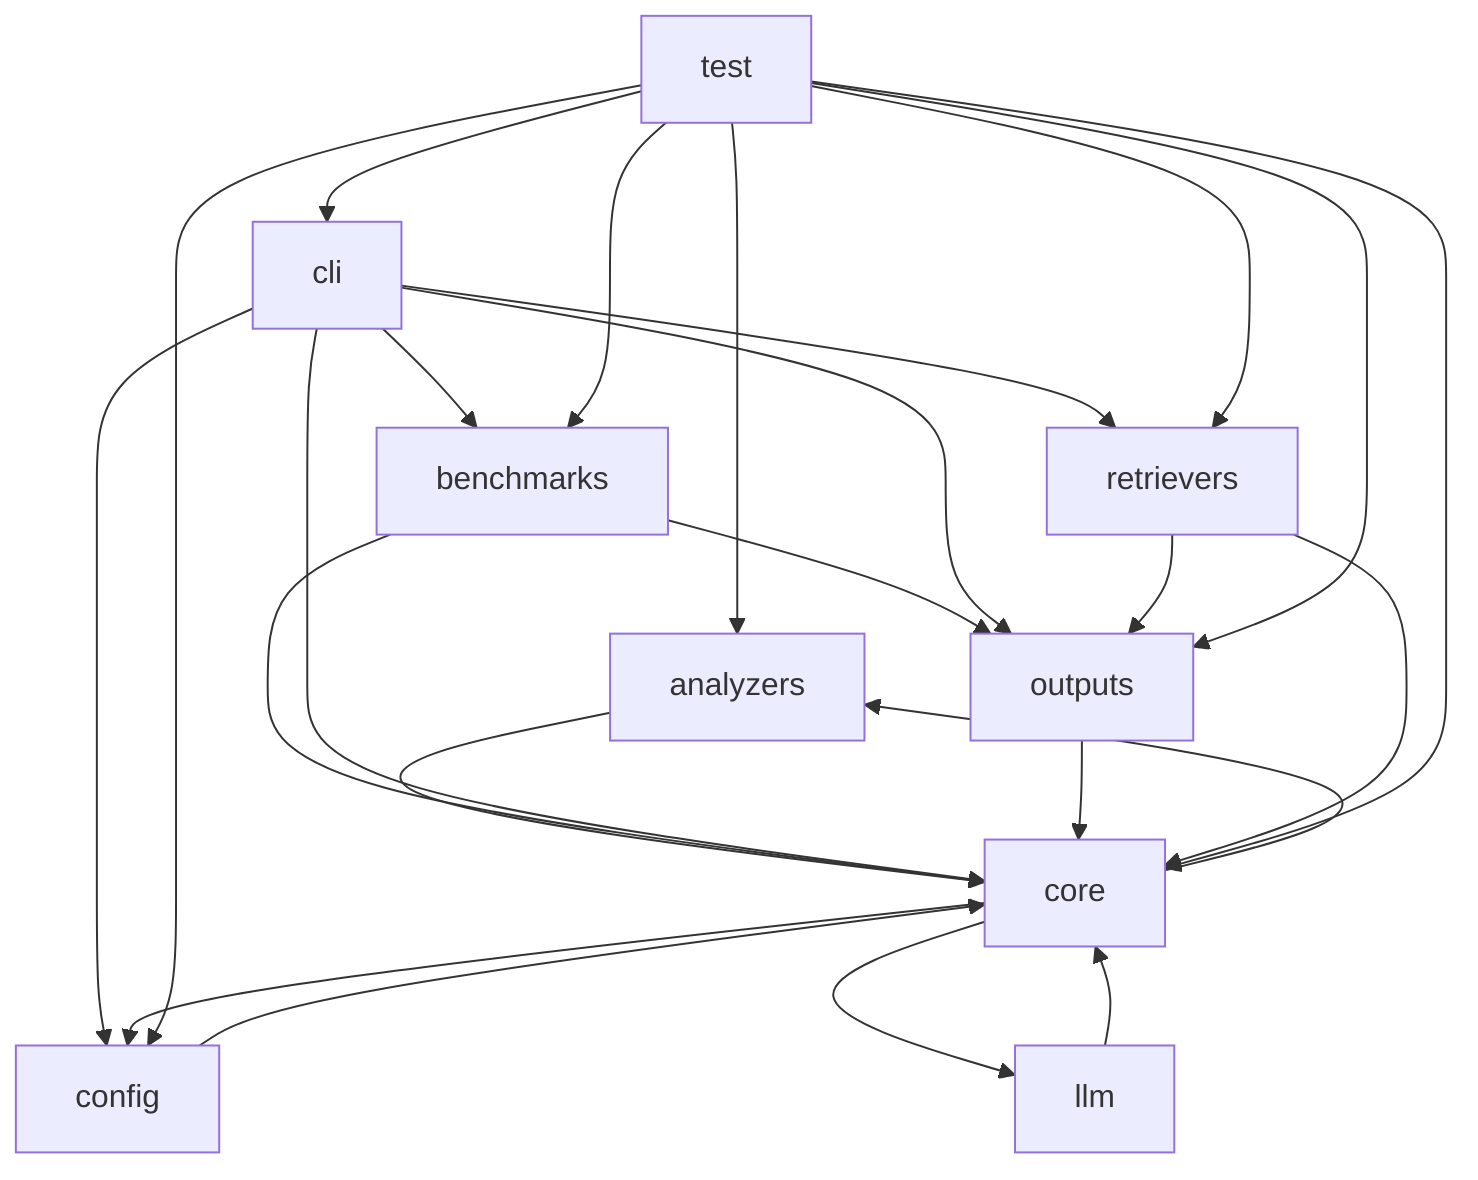
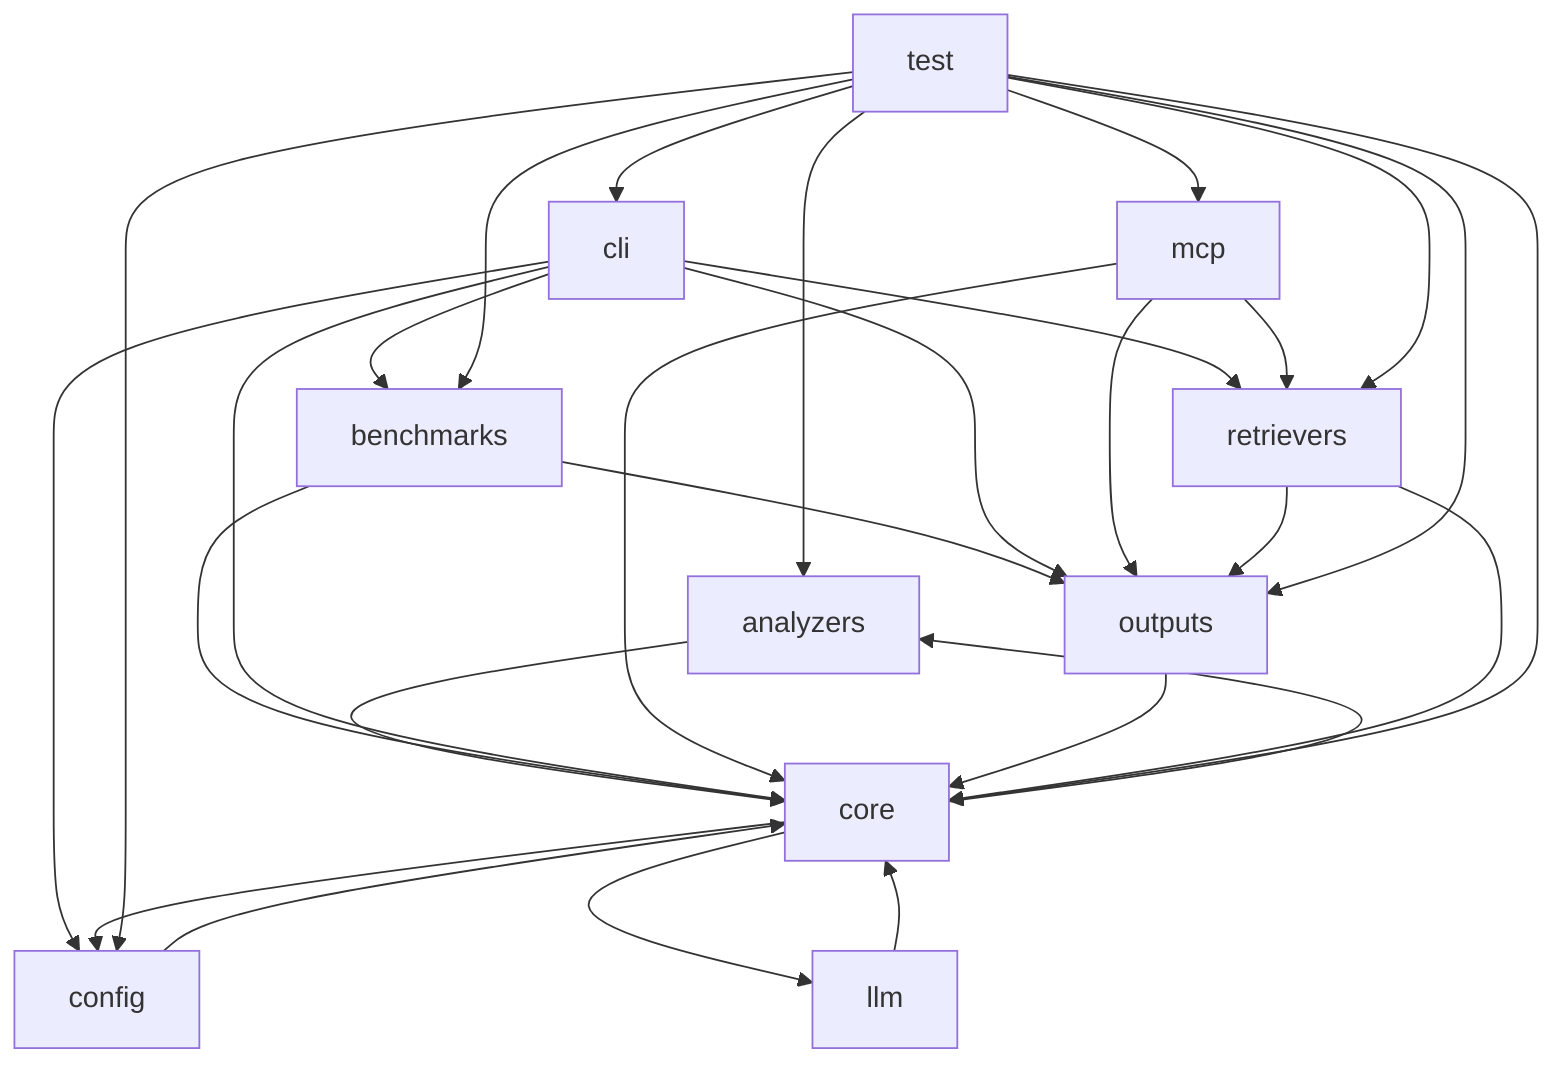
graph TD
  analyzers["analyzers"] --> core["core"]
  benchmarks["benchmarks"] --> core["core"]
  benchmarks["benchmarks"] --> outputs["outputs"]
  cli["cli"] --> benchmarks["benchmarks"]
  cli["cli"] --> config["config"]
  cli["cli"] --> core["core"]
  cli["cli"] --> outputs["outputs"]
  cli["cli"] --> retrievers["retrievers"]
  config["config"] --> core["core"]
  core["core"] --> analyzers["analyzers"]
  core["core"] --> config["config"]
  core["core"] --> llm["llm"]
  llm["llm"] --> core["core"]
+   mcp["mcp"] --> core["core"]
+   mcp["mcp"] --> outputs["outputs"]
+   mcp["mcp"] --> retrievers["retrievers"]
  outputs["outputs"] --> core["core"]
  retrievers["retrievers"] --> core["core"]
  retrievers["retrievers"] --> outputs["outputs"]
  test["test"] --> analyzers["analyzers"]
  test["test"] --> benchmarks["benchmarks"]
  test["test"] --> cli["cli"]
  test["test"] --> config["config"]
  test["test"] --> core["core"]
+   test["test"] --> mcp["mcp"]
  test["test"] --> outputs["outputs"]
  test["test"] --> retrievers["retrievers"]
